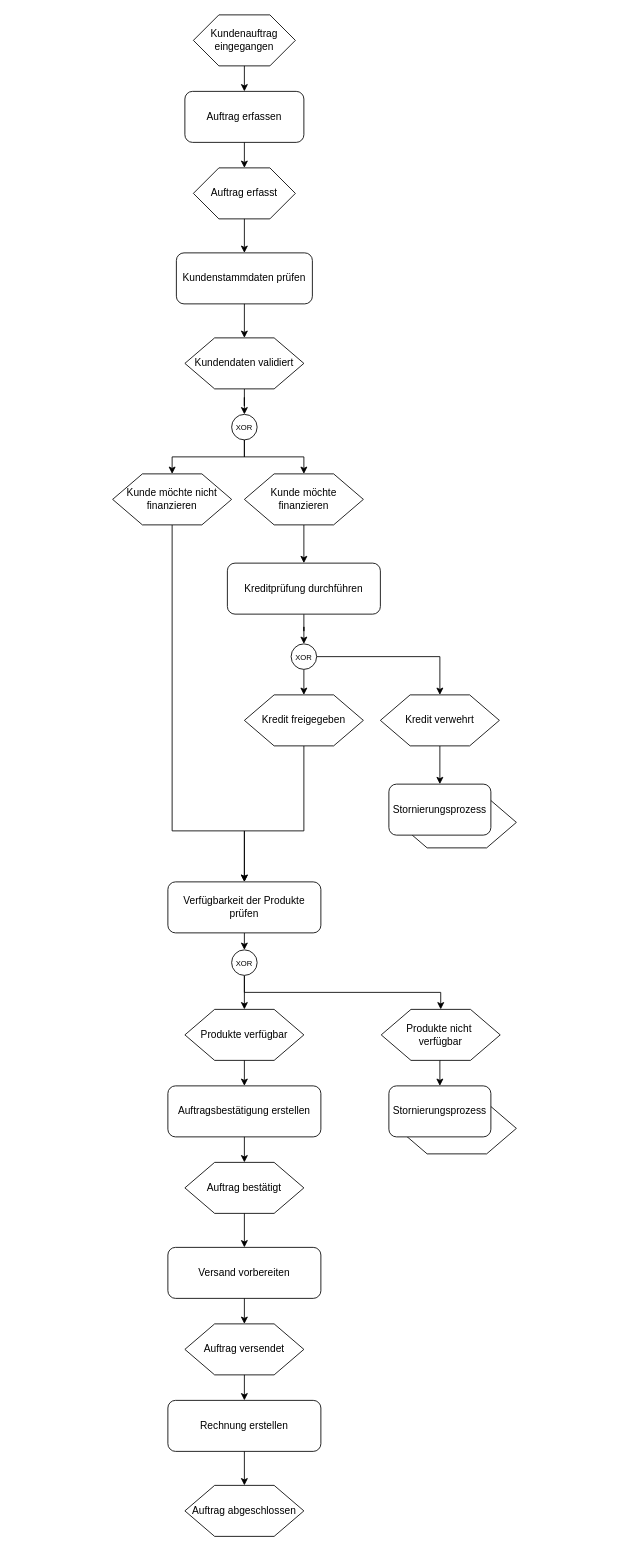
Above: diagramm/Untitled Diagram.drawio in DefinitelyNotSimon13/drawio (draw.io), before the change. Source tidied: cells renumbered, new cells numbered last; positions are measured from the earlier drawing's top-left corner, leaving out a move shared by most shapes. Both pictures are drawn from the tidied source at 85%, with x=0, y=0 at pixel (112, 14).
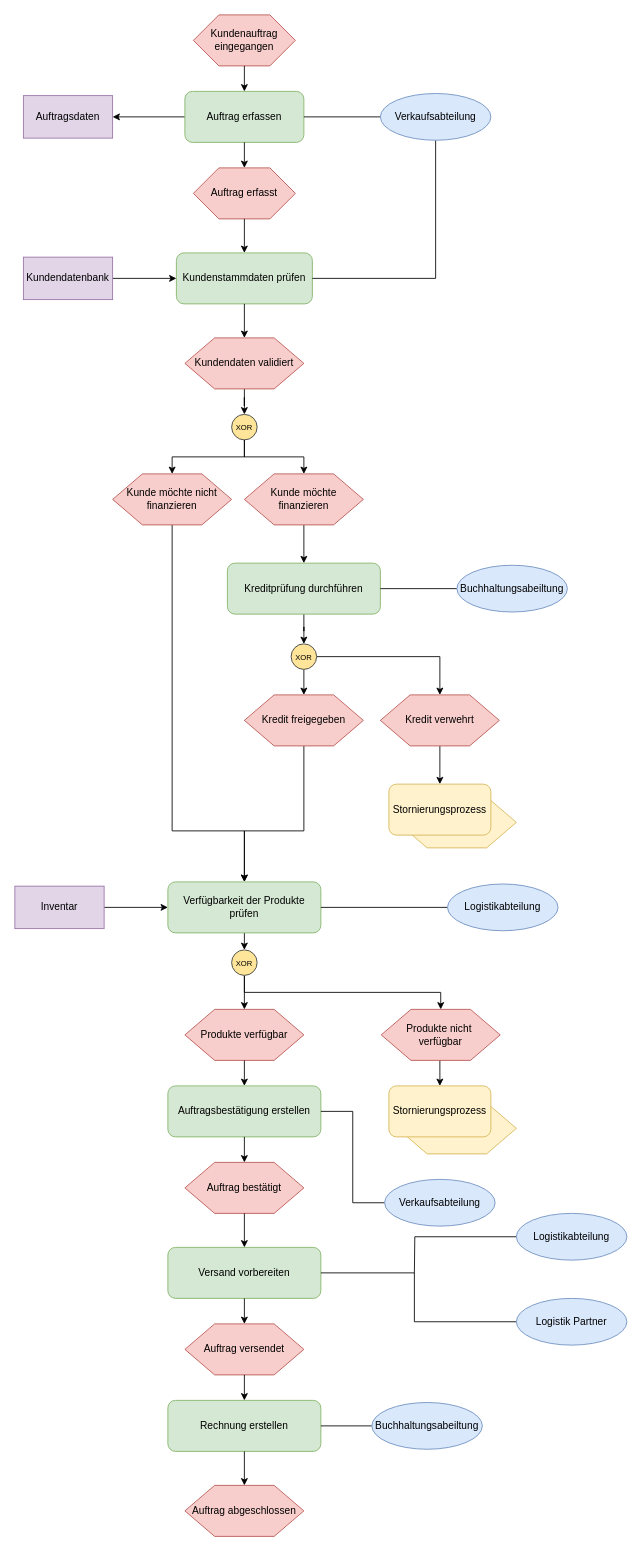
Above is the later version.

What changed in the source:
```diff
@@
-    <mxCell id="2" style="shape=hexagon;whiteSpace=wrap;html=1;" parent="1" vertex="1">
+    <mxCell id="2" style="shape=hexagon;whiteSpace=wrap;html=1;fillColor=#fff2cc;strokeColor=#d6b656;" parent="1" vertex="1">
       <mxGeometry x="335" y="920" width="140" height="60" as="geometry" />
     </mxCell>
-    <mxCell id="3" value="Kundenauftrag eingegangen" style="shape=hexagon;whiteSpace=wrap;html=1;" parent="1" vertex="1">
+    <mxCell id="3" value="Kundenauftrag eingegangen" style="shape=hexagon;whiteSpace=wrap;html=1;fillColor=#f8cecc;strokeColor=#b85450;" parent="1" vertex="1">
       <mxGeometry x="95" width="120" height="60" as="geometry" />
     </mxCell>
+    <mxCell id="52" style="edgeStyle=orthogonalEdgeStyle;rounded=0;jettySize=auto;html=1;exitX=0;exitY=0.5;exitDx=0;exitDy=0;entryX=1;entryY=0.5;entryDx=0;entryDy=0;" parent="1" edge="1" source="4" target="53">
+      <mxGeometry relative="1" as="geometry" />
+    </mxCell>
-    <mxCell id="4" value="Auftrag erfassen" style="rounded=1;whiteSpace=wrap;html=1;" parent="1" vertex="1">
+    <mxCell id="4" value="Auftrag erfassen" style="rounded=1;whiteSpace=wrap;html=1;fillColor=#d5e8d4;strokeColor=#82b366;" parent="1" vertex="1">
       <mxGeometry x="85" y="90" width="140" height="60" as="geometry" />
     </mxCell>
-    <mxCell id="5" value="Auftrag erfasst" style="shape=hexagon;whiteSpace=wrap;html=1;" parent="1" vertex="1">
+    <mxCell id="5" value="Auftrag erfasst" style="shape=hexagon;whiteSpace=wrap;html=1;fillColor=#f8cecc;strokeColor=#b85450;" parent="1" vertex="1">
       <mxGeometry x="95" y="180" width="120" height="60" as="geometry" />
     </mxCell>
-    <mxCell id="6" value="Kundenstammdaten prüfen" style="rounded=1;whiteSpace=wrap;html=1;" parent="1" vertex="1">
+    <mxCell id="6" value="Kundenstammdaten prüfen" style="rounded=1;whiteSpace=wrap;html=1;fillColor=#d5e8d4;strokeColor=#82b366;" parent="1" vertex="1">
       <mxGeometry x="75" y="280" width="160" height="60" as="geometry" />
     </mxCell>
@@
-    <mxCell id="8" value="Kundendaten validiert" style="shape=hexagon;whiteSpace=wrap;html=1;" parent="1" vertex="1">
+    <mxCell id="8" value="Kundendaten validiert" style="shape=hexagon;whiteSpace=wrap;html=1;fillColor=#f8cecc;strokeColor=#b85450;" parent="1" vertex="1">
       <mxGeometry x="85" y="380" width="140" height="60" as="geometry" />
     </mxCell>
@@
-    <mxCell id="10" value="Kreditprüfung durchführen" style="rounded=1;whiteSpace=wrap;html=1;" parent="1" vertex="1">
+    <mxCell id="10" value="Kreditprüfung durchführen" style="rounded=1;whiteSpace=wrap;html=1;fillColor=#d5e8d4;strokeColor=#82b366;" parent="1" vertex="1">
       <mxGeometry x="135" y="645" width="180" height="60" as="geometry" />
     </mxCell>
@@
-    <mxCell id="12" value="Kredit freigegeben" style="shape=hexagon;whiteSpace=wrap;html=1;" parent="1" vertex="1">
+    <mxCell id="12" value="Kredit freigegeben" style="shape=hexagon;whiteSpace=wrap;html=1;fillColor=#f8cecc;strokeColor=#b85450;" parent="1" vertex="1">
       <mxGeometry x="155" y="800" width="140" height="60" as="geometry" />
     </mxCell>
@@
-    <mxCell id="14" value="Verfügbarkeit der Produkte prüfen" style="rounded=1;whiteSpace=wrap;html=1;" parent="1" vertex="1">
+    <mxCell id="14" value="Verfügbarkeit der Produkte prüfen" style="rounded=1;whiteSpace=wrap;html=1;fillColor=#d5e8d4;strokeColor=#82b366;" parent="1" vertex="1">
       <mxGeometry x="65" y="1020" width="180" height="60" as="geometry" />
     </mxCell>
-    <mxCell id="15" value="Produkte verfügbar" style="shape=hexagon;whiteSpace=wrap;html=1;" parent="1" vertex="1">
+    <mxCell id="15" value="Produkte verfügbar" style="shape=hexagon;whiteSpace=wrap;html=1;fillColor=#f8cecc;strokeColor=#b85450;" parent="1" vertex="1">
       <mxGeometry x="85" y="1170" width="140" height="60" as="geometry" />
     </mxCell>
-    <mxCell id="16" value="Auftragsbestätigung erstellen" style="rounded=1;whiteSpace=wrap;html=1;" parent="1" vertex="1">
+    <mxCell id="16" value="Auftragsbestätigung erstellen" style="rounded=1;whiteSpace=wrap;html=1;fillColor=#d5e8d4;strokeColor=#82b366;" parent="1" vertex="1">
       <mxGeometry x="65" y="1260" width="180" height="60" as="geometry" />
     </mxCell>
-    <mxCell id="17" value="Auftrag bestätigt" style="shape=hexagon;whiteSpace=wrap;html=1;" parent="1" vertex="1">
+    <mxCell id="17" value="Auftrag bestätigt" style="shape=hexagon;whiteSpace=wrap;html=1;fillColor=#f8cecc;strokeColor=#b85450;" parent="1" vertex="1">
       <mxGeometry x="85" y="1350" width="140" height="60" as="geometry" />
     </mxCell>
-    <mxCell id="18" value="Versand vorbereiten" style="rounded=1;whiteSpace=wrap;html=1;" parent="1" vertex="1">
+    <mxCell id="18" value="Versand vorbereiten" style="rounded=1;whiteSpace=wrap;html=1;fillColor=#d5e8d4;strokeColor=#82b366;" parent="1" vertex="1">
       <mxGeometry x="65" y="1450" width="180" height="60" as="geometry" />
     </mxCell>
-    <mxCell id="19" value="Auftrag versendet" style="shape=hexagon;whiteSpace=wrap;html=1;" parent="1" vertex="1">
+    <mxCell id="19" value="Auftrag versendet" style="shape=hexagon;whiteSpace=wrap;html=1;fillColor=#f8cecc;strokeColor=#b85450;" parent="1" vertex="1">
       <mxGeometry x="85" y="1540" width="140" height="60" as="geometry" />
     </mxCell>
-    <mxCell id="20" value="Rechnung erstellen" style="rounded=1;whiteSpace=wrap;html=1;" parent="1" vertex="1">
+    <mxCell id="20" value="Rechnung erstellen" style="rounded=1;whiteSpace=wrap;html=1;fillColor=#d5e8d4;strokeColor=#82b366;" parent="1" vertex="1">
       <mxGeometry x="65" y="1630" width="180" height="60" as="geometry" />
     </mxCell>
-    <mxCell id="21" value="Auftrag abgeschlossen" style="shape=hexagon;whiteSpace=wrap;html=1;" parent="1" vertex="1">
+    <mxCell id="21" value="Auftrag abgeschlossen" style="shape=hexagon;whiteSpace=wrap;html=1;fillColor=#f8cecc;strokeColor=#b85450;" parent="1" vertex="1">
       <mxGeometry x="85" y="1730" width="140" height="60" as="geometry" />
     </mxCell>
@@
-    <mxCell id="34" value="&lt;font style=&quot;font-size: 9px;&quot;&gt;XOR&lt;/font&gt;" style="ellipse;whiteSpace=wrap;html=1;rounded=1;strokeColor=default;align=center;verticalAlign=middle;fontFamily=Helvetica;fontSize=12;fontColor=default;fillColor=default;" parent="1" vertex="1">
+    <mxCell id="34" value="&lt;font style=&quot;font-size: 9px;&quot;&gt;XOR&lt;/font&gt;" style="ellipse;whiteSpace=wrap;html=1;rounded=1;strokeColor=#36393d;align=center;verticalAlign=middle;fontFamily=Helvetica;fontSize=12;fillColor=#FFE599;" parent="1" vertex="1">
       <mxGeometry x="140" y="470" width="30" height="30" as="geometry" />
     </mxCell>
@@
-    <mxCell id="36" value="Kunde möchte finanzieren" style="shape=hexagon;whiteSpace=wrap;html=1;" parent="1" vertex="1">
+    <mxCell id="36" value="Kunde möchte finanzieren" style="shape=hexagon;whiteSpace=wrap;html=1;fillColor=#f8cecc;strokeColor=#b85450;" parent="1" vertex="1">
       <mxGeometry x="155" y="540" width="140" height="60" as="geometry" />
     </mxCell>
@@
-    <mxCell id="39" value="&lt;font style=&quot;font-size: 9px;&quot;&gt;XOR&lt;/font&gt;" style="ellipse;whiteSpace=wrap;html=1;rounded=1;strokeColor=default;align=center;verticalAlign=middle;fontFamily=Helvetica;fontSize=12;fontColor=default;fillColor=default;" parent="1" vertex="1">
+    <mxCell id="39" value="&lt;font style=&quot;font-size: 9px;&quot;&gt;XOR&lt;/font&gt;" style="ellipse;whiteSpace=wrap;html=1;rounded=1;strokeColor=#36393d;align=center;verticalAlign=middle;fontFamily=Helvetica;fontSize=12;fillColor=#FFE599;" parent="1" vertex="1">
       <mxGeometry x="210" y="740" width="30" height="30" as="geometry" />
     </mxCell>
@@
-    <mxCell id="41" value="Kredit verwehrt" style="shape=hexagon;whiteSpace=wrap;html=1;" parent="1" vertex="1">
+    <mxCell id="41" value="Kredit verwehrt" style="shape=hexagon;whiteSpace=wrap;html=1;fillColor=#f8cecc;strokeColor=#b85450;" parent="1" vertex="1">
       <mxGeometry x="315" y="800" width="140" height="60" as="geometry" />
     </mxCell>
-    <mxCell id="42" value="Stornierungsprozess" style="rounded=1;whiteSpace=wrap;html=1;strokeColor=default;align=center;verticalAlign=middle;fontFamily=Helvetica;fontSize=12;fontColor=default;fillColor=default;" parent="1" vertex="1">
+    <mxCell id="42" value="Stornierungsprozess" style="rounded=1;whiteSpace=wrap;html=1;strokeColor=#d6b656;align=center;verticalAlign=middle;fontFamily=Helvetica;fontSize=12;fillColor=#fff2cc;" parent="1" vertex="1">
       <mxGeometry x="325" y="905" width="120" height="60" as="geometry" />
     </mxCell>
@@
-    <mxCell id="44" value="Kunde möchte nicht finanzieren" style="shape=hexagon;whiteSpace=wrap;html=1;" parent="1" vertex="1">
+    <mxCell id="44" value="Kunde möchte nicht finanzieren" style="shape=hexagon;whiteSpace=wrap;html=1;fillColor=#f8cecc;strokeColor=#b85450;" parent="1" vertex="1">
       <mxGeometry y="540" width="140" height="60" as="geometry" />
     </mxCell>
@@
-    <mxCell id="47" value="&lt;font style=&quot;font-size: 9px;&quot;&gt;XOR&lt;/font&gt;" style="ellipse;whiteSpace=wrap;html=1;rounded=1;strokeColor=default;align=center;verticalAlign=middle;fontFamily=Helvetica;fontSize=12;fontColor=default;fillColor=default;" parent="1" vertex="1">
+    <mxCell id="47" value="&lt;font style=&quot;font-size: 9px;&quot;&gt;XOR&lt;/font&gt;" style="ellipse;whiteSpace=wrap;html=1;rounded=1;strokeColor=#36393d;align=center;verticalAlign=middle;fontFamily=Helvetica;fontSize=12;fillColor=#FFE599;" parent="1" vertex="1">
       <mxGeometry x="140" y="1100" width="30" height="30" as="geometry" />
     </mxCell>
@@
-    <mxCell id="49" value="&lt;div&gt;Produkte nicht&amp;nbsp;&lt;/div&gt;&lt;div&gt;verfügbar&lt;/div&gt;" style="shape=hexagon;whiteSpace=wrap;html=1;" parent="1" vertex="1">
+    <mxCell id="49" value="&lt;div&gt;Produkte nicht&amp;nbsp;&lt;/div&gt;&lt;div&gt;verfügbar&lt;/div&gt;" style="shape=hexagon;whiteSpace=wrap;html=1;fillColor=#f8cecc;strokeColor=#b85450;" parent="1" vertex="1">
       <mxGeometry x="316" y="1170" width="140" height="60" as="geometry" />
     </mxCell>
-    <mxCell id="50" style="shape=hexagon;whiteSpace=wrap;html=1;" parent="1" vertex="1">
+    <mxCell id="50" style="shape=hexagon;whiteSpace=wrap;html=1;fillColor=#fff2cc;strokeColor=#d6b656;" parent="1" vertex="1">
       <mxGeometry x="335" y="1280" width="140" height="60" as="geometry" />
     </mxCell>
-    <mxCell id="51" value="Stornierungsprozess" style="rounded=1;whiteSpace=wrap;html=1;strokeColor=default;align=center;verticalAlign=middle;fontFamily=Helvetica;fontSize=12;fontColor=default;fillColor=default;" parent="1" vertex="1">
+    <mxCell id="51" value="Stornierungsprozess" style="rounded=1;whiteSpace=wrap;html=1;strokeColor=#d6b656;align=center;verticalAlign=middle;fontFamily=Helvetica;fontSize=12;fillColor=#fff2cc;" parent="1" vertex="1">
       <mxGeometry x="325" y="1260" width="120" height="60" as="geometry" />
     </mxCell>
+    <mxCell id="53" value="Auftragsdaten" style="rounded=0;whiteSpace=wrap;html=1;fillColor=#e1d5e7;strokeColor=#9673a6;" parent="1" vertex="1">
+      <mxGeometry x="-105" y="95" width="105" height="50" as="geometry" />
+    </mxCell>
+    <mxCell id="54" style="edgeStyle=orthogonalEdgeStyle;rounded=0;jettySize=auto;html=1;exitX=1;exitY=0.5;exitDx=0;exitDy=0;" parent="1" edge="1" source="55" target="6">
+      <mxGeometry relative="1" as="geometry" />
+    </mxCell>
+    <mxCell id="55" value="Kundendatenbank" style="rounded=0;whiteSpace=wrap;html=1;fillColor=#e1d5e7;strokeColor=#9673a6;" parent="1" vertex="1">
+      <mxGeometry x="-105" y="285" width="105" height="50" as="geometry" />
+    </mxCell>
+    <mxCell id="56" style="edgeStyle=orthogonalEdgeStyle;rounded=0;jettySize=auto;html=1;exitX=1;exitY=0.5;exitDx=0;exitDy=0;entryX=0;entryY=0.5;entryDx=0;entryDy=0;" parent="1" edge="1" source="57" target="14">
+      <mxGeometry relative="1" as="geometry" />
+    </mxCell>
+    <mxCell id="57" value="Inventar" style="rounded=0;whiteSpace=wrap;html=1;fillColor=#e1d5e7;strokeColor=#9673a6;" parent="1" vertex="1">
+      <mxGeometry x="-115" y="1025" width="105" height="50" as="geometry" />
+    </mxCell>
+    <mxCell id="58" style="edgeStyle=orthogonalEdgeStyle;rounded=0;jettySize=auto;html=1;exitX=0;exitY=0.5;exitDx=0;exitDy=0;entryX=1;entryY=0.5;entryDx=0;entryDy=0;endArrow=none;startFill=0;" parent="1" edge="1" source="60" target="4">
+      <mxGeometry relative="1" as="geometry" />
+    </mxCell>
+    <mxCell id="59" style="edgeStyle=orthogonalEdgeStyle;rounded=0;jettySize=auto;html=1;exitX=0.5;exitY=1;exitDx=0;exitDy=0;entryX=1;entryY=0.5;entryDx=0;entryDy=0;endArrow=none;startFill=0;" parent="1" edge="1" source="60" target="6">
+      <mxGeometry relative="1" as="geometry" />
+    </mxCell>
+    <mxCell id="60" value="Verkaufsabteilung" style="ellipse;whiteSpace=wrap;html=1;fillColor=#dae8fc;strokeColor=#6c8ebf;" parent="1" vertex="1">
+      <mxGeometry x="315" y="92.5" width="130" height="55" as="geometry" />
+    </mxCell>
+    <mxCell id="61" style="edgeStyle=orthogonalEdgeStyle;rounded=0;jettySize=auto;html=1;entryX=1;entryY=0.5;entryDx=0;entryDy=0;endArrow=none;startFill=0;" parent="1" edge="1" source="62" target="10">
+      <mxGeometry relative="1" as="geometry" />
+    </mxCell>
+    <mxCell id="62" value="Buchhaltungsabeiltung" style="ellipse;whiteSpace=wrap;html=1;fillColor=#dae8fc;strokeColor=#6c8ebf;" parent="1" vertex="1">
+      <mxGeometry x="405" y="647.5" width="130" height="55" as="geometry" />
+    </mxCell>
+    <mxCell id="63" style="edgeStyle=orthogonalEdgeStyle;rounded=0;jettySize=auto;html=1;entryX=1;entryY=0.5;entryDx=0;entryDy=0;endArrow=none;startFill=0;" parent="1" edge="1" source="64" target="14">
+      <mxGeometry relative="1" as="geometry" />
+    </mxCell>
+    <mxCell id="64" value="Logistikabteilung" style="ellipse;whiteSpace=wrap;html=1;fillColor=#dae8fc;strokeColor=#6c8ebf;" parent="1" vertex="1">
+      <mxGeometry x="394" y="1022.5" width="130" height="55" as="geometry" />
+    </mxCell>
+    <mxCell id="65" style="edgeStyle=orthogonalEdgeStyle;rounded=0;jettySize=auto;html=1;entryX=1;entryY=0.5;entryDx=0;entryDy=0;endArrow=none;startFill=0;" parent="1" edge="1" source="66" target="16">
+      <mxGeometry relative="1" as="geometry" />
+    </mxCell>
+    <mxCell id="66" value="Verkaufsabteilung" style="ellipse;whiteSpace=wrap;html=1;fillColor=#dae8fc;strokeColor=#6c8ebf;" parent="1" vertex="1">
+      <mxGeometry x="320" y="1370" width="130" height="55" as="geometry" />
+    </mxCell>
+    <mxCell id="67" style="edgeStyle=orthogonalEdgeStyle;rounded=0;jettySize=auto;html=1;entryX=1;entryY=0.5;entryDx=0;entryDy=0;endArrow=none;startFill=0;" parent="1" edge="1" source="68" target="20">
+      <mxGeometry relative="1" as="geometry" />
+    </mxCell>
+    <mxCell id="68" value="Buchhaltungsabeiltung" style="ellipse;whiteSpace=wrap;html=1;fillColor=#dae8fc;strokeColor=#6c8ebf;" parent="1" vertex="1">
+      <mxGeometry x="305" y="1632.5" width="130" height="55" as="geometry" />
+    </mxCell>
+    <mxCell id="69" style="edgeStyle=orthogonalEdgeStyle;rounded=0;jettySize=auto;html=1;endArrow=none;startFill=0;" parent="1" edge="1" source="70">
+      <mxGeometry relative="1" as="geometry">
+        <mxPoint x="355" y="1480" as="targetPoint" />
+      </mxGeometry>
+    </mxCell>
+    <mxCell id="70" value="Logistikabteilung" style="ellipse;whiteSpace=wrap;html=1;fillColor=#dae8fc;strokeColor=#6c8ebf;" parent="1" vertex="1">
+      <mxGeometry x="475" y="1410" width="130" height="55" as="geometry" />
+    </mxCell>
+    <mxCell id="71" style="edgeStyle=orthogonalEdgeStyle;rounded=0;jettySize=auto;html=1;endArrow=none;startFill=0;" parent="1" edge="1" source="72" target="18">
+      <mxGeometry relative="1" as="geometry">
+        <Array as="points">
+          <mxPoint x="355" y="1538" />
+          <mxPoint x="355" y="1480" />
+        </Array>
+      </mxGeometry>
+    </mxCell>
+    <mxCell id="72" value="Logistik Partner" style="ellipse;whiteSpace=wrap;html=1;fillColor=#dae8fc;strokeColor=#6c8ebf;" parent="1" vertex="1">
+      <mxGeometry x="475" y="1510" width="130" height="55" as="geometry" />
+    </mxCell>
```
